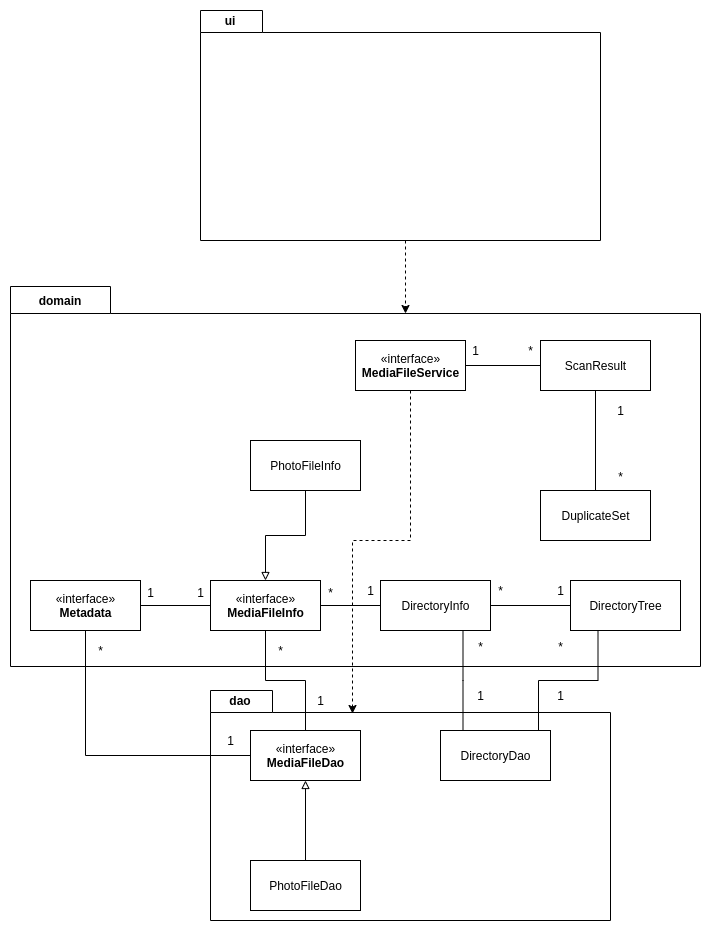
Earlier version of the draw.io export documentation/architecture.png (shomarov/ohte-2020). Source tidied: cells renumbered, new cells last; positions are measured from the earlier drawing's top-left corner, leaving out a move shared by most shapes.
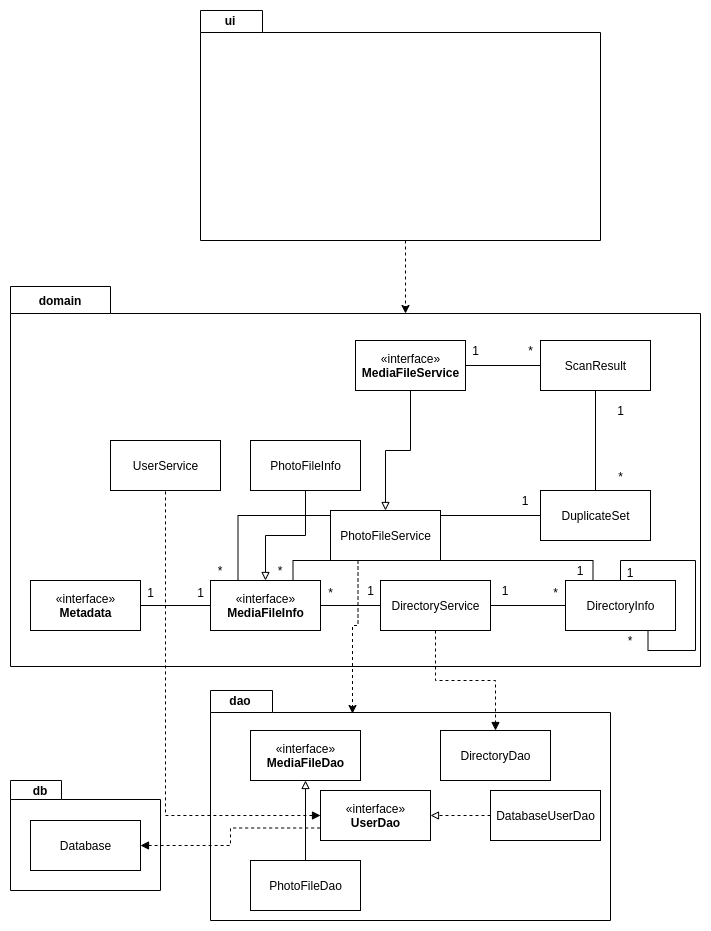
Above is the later version.

The edit, as a diff of the source:
```diff
@@ -2,13 +2,16 @@
   <root>
     <mxCell id="0" />
     <mxCell id="1" parent="0" />
+    <mxCell id="50" style="shape=folder;fontStyle=1;spacingTop=10;tabWidth=51;tabHeight=19;tabPosition=left;html=1;" parent="1" vertex="1">
+      <mxGeometry y="770" width="150" height="110" as="geometry" />
+    </mxCell>
     <mxCell id="2" style="shape=folder;fontStyle=1;spacingTop=10;tabWidth=100;tabHeight=27;tabPosition=left;html=1;" parent="1" vertex="1">
       <mxGeometry y="276" width="690" height="380" as="geometry" />
     </mxCell>
     <mxCell id="3" style="edgeStyle=orthogonalEdgeStyle;rounded=0;jettySize=auto;html=1;entryX=1;entryY=0.5;entryDx=0;entryDy=0;startArrow=none;startFill=0;endArrow=none;endFill=0;" parent="1" edge="1" source="4" target="12">
       <mxGeometry relative="1" as="geometry" />
     </mxCell>
-    <mxCell id="4" value="DirectoryInfo" style="html=1;" parent="1" vertex="1">
+    <mxCell id="4" value="DirectoryService" style="html=1;" parent="1" vertex="1">
       <mxGeometry x="370" y="570" width="110" height="50" as="geometry" />
     </mxCell>
     <mxCell id="5" style="edgeStyle=orthogonalEdgeStyle;rounded=0;jettySize=auto;html=1;entryX=0.5;entryY=0;entryDx=0;entryDy=0;endArrow=none;endFill=0;" parent="1" edge="1" source="6" target="9">
@@ -23,14 +26,14 @@
     <mxCell id="8" value="PhotoFileInfo" style="html=1;" parent="1" vertex="1">
       <mxGeometry x="240" y="430" width="110" height="50" as="geometry" />
     </mxCell>
+    <mxCell id="51" style="edgeStyle=orthogonalEdgeStyle;rounded=0;jettySize=auto;html=1;entryX=0.25;entryY=0;entryDx=0;entryDy=0;startArrow=none;startFill=0;endArrow=none;endFill=0;" parent="1" edge="1" source="9" target="12">
+      <mxGeometry relative="1" as="geometry" />
+    </mxCell>
     <mxCell id="9" value="DuplicateSet" style="html=1;" parent="1" vertex="1">
       <mxGeometry x="530" y="480" width="110" height="50" as="geometry" />
     </mxCell>
-    <mxCell id="10" style="edgeStyle=orthogonalEdgeStyle;rounded=0;jettySize=auto;html=1;entryX=1;entryY=0.5;entryDx=0;entryDy=0;startArrow=none;startFill=0;endArrow=none;endFill=0;" parent="1" edge="1" source="11" target="4">
-      <mxGeometry relative="1" as="geometry" />
-    </mxCell>
-    <mxCell id="11" value="DirectoryTree" style="html=1;" parent="1" vertex="1">
-      <mxGeometry x="560" y="570" width="110" height="50" as="geometry" />
+    <mxCell id="11" value="PhotoFileService" style="html=1;" parent="1" vertex="1">
+      <mxGeometry x="320" y="500" width="110" height="50" as="geometry" />
     </mxCell>
     <mxCell id="12" value="«interface»&lt;br&gt;&lt;b&gt;MediaFileInfo&lt;/b&gt;" style="html=1;" parent="1" vertex="1">
       <mxGeometry x="200" y="570" width="110" height="50" as="geometry" />
@@ -44,21 +47,6 @@
     <mxCell id="15" style="shape=folder;fontStyle=1;spacingTop=10;tabWidth=62;tabHeight=22;tabPosition=left;html=1;" parent="1" vertex="1">
       <mxGeometry x="200" y="680" width="400" height="230" as="geometry" />
     </mxCell>
-    <mxCell id="16" value="1" style="text;html=1;align=center;verticalAlign=middle;" parent="15" vertex="1">
-      <mxGeometry x="340" y="-5" width="20" height="20" as="geometry" />
-    </mxCell>
-    <mxCell id="17" value="1" style="text;html=1;align=center;verticalAlign=middle;" parent="15" vertex="1">
-      <mxGeometry x="100" width="20" height="20" as="geometry" />
-    </mxCell>
-    <mxCell id="18" value="1" style="text;html=1;align=center;verticalAlign=middle;" parent="15" vertex="1">
-      <mxGeometry x="10" y="40" width="20" height="20" as="geometry" />
-    </mxCell>
-    <mxCell id="19" style="edgeStyle=orthogonalEdgeStyle;rounded=0;jettySize=auto;html=1;endArrow=none;endFill=0;" parent="1" edge="1" source="21" target="14">
-      <mxGeometry relative="1" as="geometry" />
-    </mxCell>
-    <mxCell id="20" style="edgeStyle=orthogonalEdgeStyle;rounded=0;jettySize=auto;html=1;endArrow=none;endFill=0;" parent="1" edge="1" source="21" target="12">
-      <mxGeometry relative="1" as="geometry" />
-    </mxCell>
     <mxCell id="21" value="«interface»&lt;br&gt;&lt;b&gt;MediaFileDao&lt;/b&gt;" style="html=1;" parent="1" vertex="1">
       <mxGeometry x="240" y="720" width="110" height="50" as="geometry" />
     </mxCell>
@@ -68,44 +56,17 @@
     <mxCell id="23" value="PhotoFileDao" style="html=1;" parent="1" vertex="1">
       <mxGeometry x="240" y="850" width="110" height="50" as="geometry" />
     </mxCell>
-    <mxCell id="24" style="edgeStyle=orthogonalEdgeStyle;rounded=0;jettySize=auto;html=1;entryX=0.75;entryY=1;entryDx=0;entryDy=0;endArrow=none;endFill=0;" parent="1" edge="1" source="26" target="4">
-      <mxGeometry relative="1" as="geometry">
-        <Array as="points">
-          <mxPoint x="453" y="670" />
-        </Array>
-      </mxGeometry>
-    </mxCell>
-    <mxCell id="25" style="edgeStyle=orthogonalEdgeStyle;rounded=0;jettySize=auto;html=1;exitX=0.75;exitY=0;exitDx=0;exitDy=0;entryX=0.25;entryY=1;entryDx=0;entryDy=0;endArrow=none;endFill=0;" parent="1" edge="1" source="26" target="11">
-      <mxGeometry relative="1" as="geometry">
-        <Array as="points">
-          <mxPoint x="528" y="720" />
-          <mxPoint x="528" y="670" />
-        </Array>
-      </mxGeometry>
-    </mxCell>
     <mxCell id="26" value="DirectoryDao" style="html=1;" parent="1" vertex="1">
       <mxGeometry x="430" y="720" width="110" height="50" as="geometry" />
     </mxCell>
     <mxCell id="27" value="&lt;b&gt;dao&lt;/b&gt;" style="text;html=1;strokeColor=none;fillColor=none;align=center;verticalAlign=middle;whiteSpace=wrap;rounded=0;" parent="1" vertex="1">
       <mxGeometry x="210" y="680" width="40" height="20" as="geometry" />
     </mxCell>
-    <mxCell id="28" value="*" style="text;html=1;align=center;verticalAlign=middle;" parent="1" vertex="1">
-      <mxGeometry x="540" y="626" width="20" height="20" as="geometry" />
-    </mxCell>
-    <mxCell id="29" value="1" style="text;html=1;align=center;verticalAlign=middle;" parent="1" vertex="1">
-      <mxGeometry x="460" y="675" width="20" height="20" as="geometry" />
-    </mxCell>
-    <mxCell id="30" value="*" style="text;html=1;align=center;verticalAlign=middle;" parent="1" vertex="1">
-      <mxGeometry x="460" y="626" width="20" height="20" as="geometry" />
-    </mxCell>
     <mxCell id="31" value="1" style="text;html=1;align=center;verticalAlign=middle;" parent="1" vertex="1">
       <mxGeometry x="600" y="390" width="20" height="20" as="geometry" />
     </mxCell>
-    <mxCell id="32" value="1" style="text;html=1;align=center;verticalAlign=middle;" parent="1" vertex="1">
-      <mxGeometry x="540" y="570" width="20" height="20" as="geometry" />
-    </mxCell>
     <mxCell id="33" value="*" style="text;html=1;align=center;verticalAlign=middle;" parent="1" vertex="1">
-      <mxGeometry x="480" y="570" width="20" height="20" as="geometry" />
+      <mxGeometry x="535" y="572" width="20" height="20" as="geometry" />
     </mxCell>
     <mxCell id="34" value="*" style="text;html=1;align=center;verticalAlign=middle;" parent="1" vertex="1">
       <mxGeometry x="310" y="572" width="20" height="20" as="geometry" />
@@ -122,9 +83,12 @@
     <mxCell id="38" style="edgeStyle=orthogonalEdgeStyle;rounded=0;jettySize=auto;html=1;entryX=0;entryY=0.5;entryDx=0;entryDy=0;startArrow=none;startFill=0;endArrow=none;endFill=0;" parent="1" edge="1" source="40" target="6">
       <mxGeometry relative="1" as="geometry" />
     </mxCell>
-    <mxCell id="39" style="edgeStyle=orthogonalEdgeStyle;rounded=0;jettySize=auto;html=1;entryX=0.355;entryY=0.1;entryDx=0;entryDy=0;dashed=1;startArrow=none;startFill=0;endArrow=classic;endFill=1;entryPerimeter=0;" parent="1" edge="1" source="40" target="15">
+    <mxCell id="39" style="edgeStyle=orthogonalEdgeStyle;rounded=0;jettySize=auto;html=1;entryX=0.355;entryY=0.1;entryDx=0;entryDy=0;dashed=1;startArrow=none;startFill=0;endArrow=classic;endFill=1;entryPerimeter=0;exitX=0.25;exitY=1;exitDx=0;exitDy=0;" parent="1" edge="1" source="11" target="15">
       <mxGeometry relative="1" as="geometry" />
     </mxCell>
+    <mxCell id="52" style="edgeStyle=orthogonalEdgeStyle;rounded=0;jettySize=auto;html=1;endArrow=block;endFill=0;" parent="1" edge="1" source="40" target="11">
+      <mxGeometry relative="1" as="geometry" />
+    </mxCell>
     <mxCell id="40" value="«interface»&lt;br&gt;&lt;b&gt;MediaFileService&lt;/b&gt;" style="html=1;" parent="1" vertex="1">
       <mxGeometry x="345" y="330" width="110" height="50" as="geometry" />
     </mxCell>
@@ -140,12 +104,6 @@
     <mxCell id="44" value="&lt;b&gt;domain&lt;/b&gt;" style="text;html=1;strokeColor=none;fillColor=none;align=center;verticalAlign=middle;whiteSpace=wrap;rounded=0;" parent="1" vertex="1">
       <mxGeometry x="30" y="280" width="40" height="20" as="geometry" />
     </mxCell>
-    <mxCell id="45" value="*" style="text;html=1;align=center;verticalAlign=middle;" parent="1" vertex="1">
-      <mxGeometry x="260" y="630" width="20" height="20" as="geometry" />
-    </mxCell>
-    <mxCell id="46" value="*" style="text;html=1;align=center;verticalAlign=middle;" parent="1" vertex="1">
-      <mxGeometry x="80" y="630" width="20" height="20" as="geometry" />
-    </mxCell>
     <mxCell id="47" style="edgeStyle=orthogonalEdgeStyle;rounded=0;jettySize=auto;html=1;entryX=0;entryY=0;entryDx=395;entryDy=27;entryPerimeter=0;dashed=1;startArrow=none;startFill=0;endArrow=classic;endFill=1;" parent="1" edge="1" target="2">
       <mxGeometry relative="1" as="geometry">
         <mxPoint x="395" y="230" as="sourcePoint" />
@@ -157,5 +115,67 @@
     <mxCell id="49" value="&lt;span style=&quot;font-weight: 700 ; white-space: nowrap&quot;&gt;ui&lt;/span&gt;" style="text;html=1;strokeColor=none;fillColor=none;align=center;verticalAlign=middle;whiteSpace=wrap;rounded=0;" parent="1" vertex="1">
       <mxGeometry x="200" width="40" height="20" as="geometry" />
     </mxCell>
+    <mxCell id="53" style="edgeStyle=orthogonalEdgeStyle;rounded=0;jettySize=auto;html=1;endArrow=none;endFill=0;" parent="1" edge="1" source="55" target="4">
+      <mxGeometry relative="1" as="geometry" />
+    </mxCell>
+    <mxCell id="54" style="edgeStyle=orthogonalEdgeStyle;rounded=0;jettySize=auto;html=1;exitX=0.25;exitY=0;exitDx=0;exitDy=0;entryX=0.75;entryY=0;entryDx=0;entryDy=0;startArrow=none;startFill=0;endArrow=none;endFill=0;" parent="1" edge="1" source="55" target="12">
+      <mxGeometry relative="1" as="geometry" />
+    </mxCell>
+    <mxCell id="55" value="DirectoryInfo" style="html=1;" parent="1" vertex="1">
+      <mxGeometry x="555" y="570" width="110" height="50" as="geometry" />
+    </mxCell>
+    <mxCell id="56" value="1" style="text;html=1;strokeColor=none;fillColor=none;align=center;verticalAlign=middle;whiteSpace=wrap;rounded=0;" parent="1" vertex="1">
+      <mxGeometry x="475" y="570" width="40" height="20" as="geometry" />
+    </mxCell>
+    <mxCell id="57" value="UserService" style="html=1;" parent="1" vertex="1">
+      <mxGeometry x="100" y="430" width="110" height="50" as="geometry" />
+    </mxCell>
+    <mxCell id="58" style="edgeStyle=orthogonalEdgeStyle;rounded=0;jettySize=auto;html=1;dashed=1;startArrow=none;startFill=0;endArrow=block;endFill=0;" parent="1" edge="1" source="59">
+      <mxGeometry relative="1" as="geometry">
+        <mxPoint x="420" y="805" as="targetPoint" />
+      </mxGeometry>
+    </mxCell>
+    <mxCell id="59" value="DatabaseUserDao" style="html=1;" parent="1" vertex="1">
+      <mxGeometry x="480" y="780" width="110" height="50" as="geometry" />
+    </mxCell>
+    <mxCell id="60" style="edgeStyle=orthogonalEdgeStyle;rounded=0;jettySize=auto;html=1;entryX=0.5;entryY=1;entryDx=0;entryDy=0;dashed=1;startArrow=block;startFill=1;endArrow=none;endFill=0;" parent="1" edge="1" source="61" target="57">
+      <mxGeometry relative="1" as="geometry" />
+    </mxCell>
+    <mxCell id="61" value="«interface»&lt;br&gt;&lt;b&gt;UserDao&lt;/b&gt;" style="html=1;" parent="1" vertex="1">
+      <mxGeometry x="310" y="780" width="110" height="50" as="geometry" />
+    </mxCell>
+    <mxCell id="62" style="edgeStyle=orthogonalEdgeStyle;rounded=0;jettySize=auto;html=1;entryX=0;entryY=0.75;entryDx=0;entryDy=0;dashed=1;startArrow=block;startFill=1;endArrow=none;endFill=0;" parent="1" edge="1" source="63" target="61">
+      <mxGeometry relative="1" as="geometry" />
+    </mxCell>
+    <mxCell id="63" value="Database" style="html=1;" parent="1" vertex="1">
+      <mxGeometry x="20" y="810" width="110" height="50" as="geometry" />
+    </mxCell>
+    <mxCell id="64" value="&lt;b&gt;db&lt;/b&gt;" style="text;html=1;strokeColor=none;fillColor=none;align=center;verticalAlign=middle;whiteSpace=wrap;rounded=0;" parent="1" vertex="1">
+      <mxGeometry x="10" y="770" width="40" height="20" as="geometry" />
+    </mxCell>
+    <mxCell id="65" value="1" style="text;html=1;strokeColor=none;fillColor=none;align=center;verticalAlign=middle;whiteSpace=wrap;rounded=0;" parent="1" vertex="1">
+      <mxGeometry x="495" y="480" width="40" height="20" as="geometry" />
+    </mxCell>
+    <mxCell id="66" value="*" style="text;html=1;strokeColor=none;fillColor=none;align=center;verticalAlign=middle;whiteSpace=wrap;rounded=0;" parent="1" vertex="1">
+      <mxGeometry x="190" y="550" width="40" height="20" as="geometry" />
+    </mxCell>
+    <mxCell id="67" style="edgeStyle=orthogonalEdgeStyle;rounded=0;orthogonalLoop=1;jettySize=auto;html=1;entryX=0.75;entryY=1;entryDx=0;entryDy=0;startArrow=none;startFill=0;endArrow=none;endFill=0;" parent="1" edge="1" source="55" target="55">
+      <mxGeometry relative="1" as="geometry" />
+    </mxCell>
+    <mxCell id="68" value="1" style="text;html=1;strokeColor=none;fillColor=none;align=center;verticalAlign=middle;whiteSpace=wrap;rounded=0;" parent="1" vertex="1">
+      <mxGeometry x="600" y="552" width="40" height="20" as="geometry" />
+    </mxCell>
+    <mxCell id="69" value="*" style="text;html=1;strokeColor=none;fillColor=none;align=center;verticalAlign=middle;whiteSpace=wrap;rounded=0;" parent="1" vertex="1">
+      <mxGeometry x="600" y="620" width="40" height="20" as="geometry" />
+    </mxCell>
+    <mxCell id="70" value="*" style="text;html=1;strokeColor=none;fillColor=none;align=center;verticalAlign=middle;whiteSpace=wrap;rounded=0;" parent="1" vertex="1">
+      <mxGeometry x="250" y="550" width="40" height="20" as="geometry" />
+    </mxCell>
+    <mxCell id="71" value="1" style="text;html=1;strokeColor=none;fillColor=none;align=center;verticalAlign=middle;whiteSpace=wrap;rounded=0;" parent="1" vertex="1">
+      <mxGeometry x="550" y="550" width="40" height="20" as="geometry" />
+    </mxCell>
+    <mxCell id="72" style="edgeStyle=orthogonalEdgeStyle;rounded=0;jettySize=auto;html=1;endArrow=block;endFill=1;dashed=1;startArrow=none;startFill=0;" parent="1" edge="1" source="4" target="26">
+      <mxGeometry relative="1" as="geometry" />
+    </mxCell>
   </root>
 </mxGraphModel>
```
